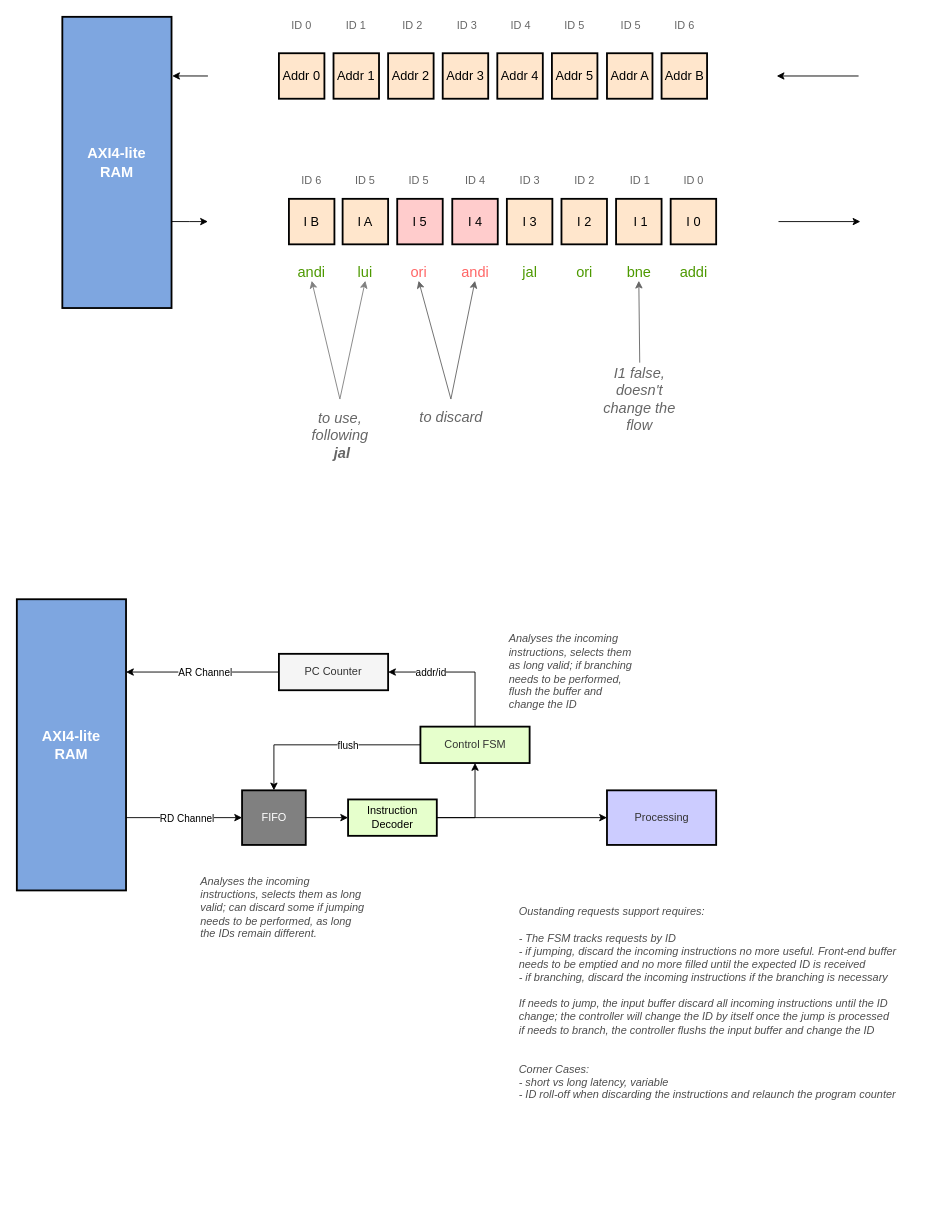
Before: page "AXI4-lite Control Unit" (6 of 6) of doc/friscv.drawio in dpretet/friscv, a draw.io diagram. Source tidied: cells renumbered, new cells numbered last; positions are measured from the earlier drawing's top-left corner, leaving out a move shared by most shapes. Both pictures are drawn from the tidied source at 91%, with x=0, y=0 at pixel (16, 16).
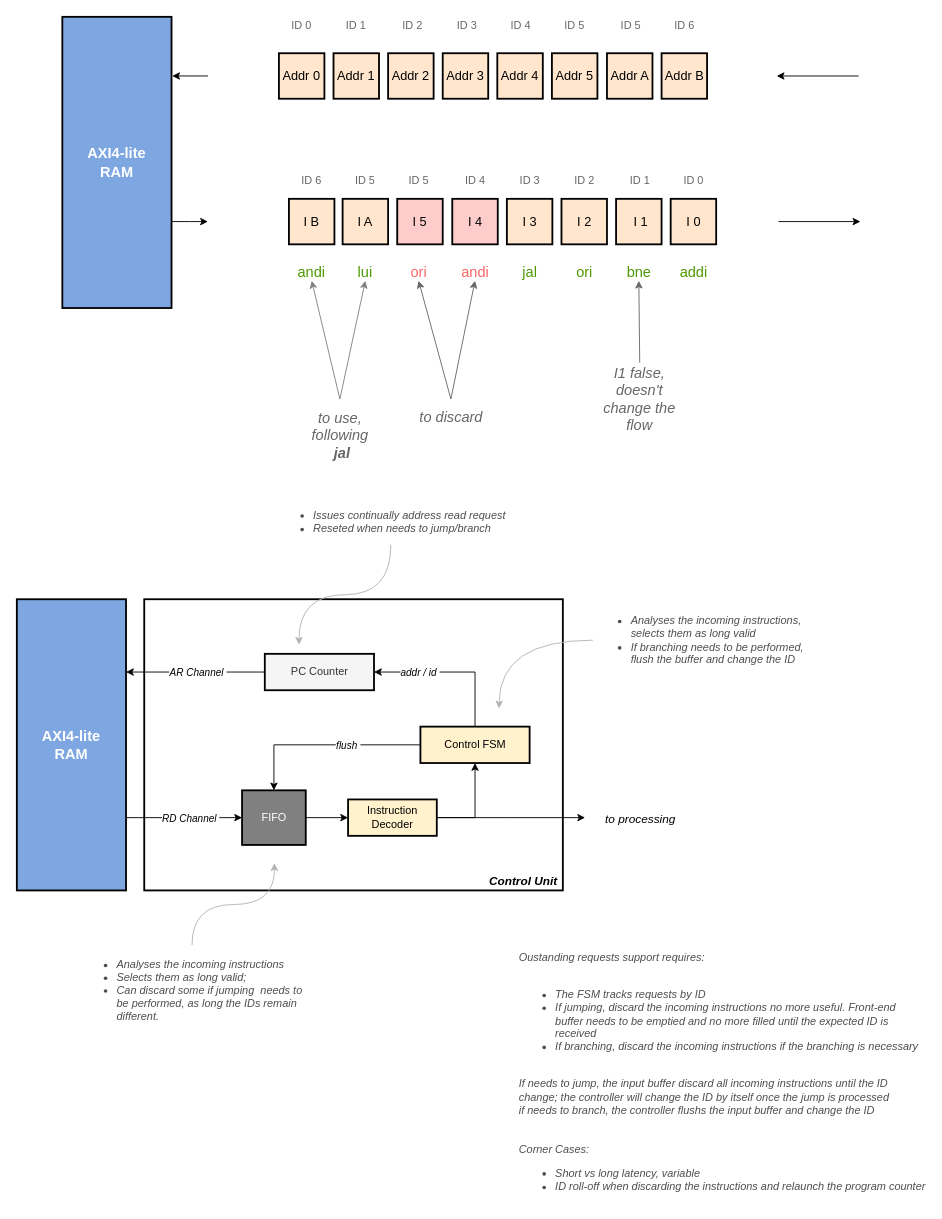
The same page after the edit.

Commit message (it also covers changes not shown here):
New: Fully support AXI4-lite in controller. ASM testsuite passes successfully

Unchanged cells that the change refers to:
```xml
<mxCell id="31" style="edgeStyle=none;rounded=0;jettySize=auto;html=1;exitX=0;exitY=0.5;exitDx=0;exitDy=0;entryX=1;entryY=0.25;entryDx=0;entryDy=0;" parent="1" edge="1" source="33" target="34">
  <mxGeometry relative="1" as="geometry" />
</mxCell>
<mxCell id="35" style="edgeStyle=orthogonalEdgeStyle;rounded=0;jettySize=auto;html=1;exitX=0.5;exitY=0;exitDx=0;exitDy=0;entryX=1;entryY=0.5;entryDx=0;entryDy=0;" parent="1" edge="1" source="39" target="33">
  <mxGeometry relative="1" as="geometry" />
</mxCell>
<mxCell id="37" style="edgeStyle=orthogonalEdgeStyle;rounded=0;jettySize=auto;html=1;exitX=0;exitY=0.5;exitDx=0;exitDy=0;entryX=0.5;entryY=0;entryDx=0;entryDy=0;fontSize=11;fontColor=#FF6666;" parent="1" edge="1" source="39" target="43">
  <mxGeometry relative="1" as="geometry" />
</mxCell>
<mxCell id="41" style="edgeStyle=orthogonalEdgeStyle;rounded=0;jettySize=auto;html=1;exitX=1;exitY=0.75;exitDx=0;exitDy=0;entryX=0;entryY=0.5;entryDx=0;entryDy=0;fontColor=#666666;" parent="1" edge="1" source="34" target="43">
  <mxGeometry relative="1" as="geometry" />
</mxCell>
```

What changed in the source:
```diff
@@
+    <mxCell id="75" value="Control Unit&amp;nbsp;" style="rounded=0;whiteSpace=wrap;html=1;fontSize=13;strokeWidth=2;align=right;verticalAlign=bottom;fontStyle=3;" parent="1" vertex="1">
+      <mxGeometry x="140" y="640" width="460" height="320" as="geometry" />
+    </mxCell>
@@
-    <mxCell id="32" value="AR Channel" style="edgeLabel;html=1;align=center;verticalAlign=middle;fontSize=11;fontColor=#000000;" parent="31" vertex="1">
+    <mxCell id="32" value="AR Channel&amp;nbsp;" style="edgeLabel;html=1;align=center;verticalAlign=middle;fontSize=11;fontColor=#000000;fontStyle=2;" parent="31" vertex="1">
       <mxGeometry x="0.04" y="2" relative="1" as="geometry">
         <mxPoint x="5" y="-2" as="offset" />
       </mxGeometry>
     </mxCell>
     <mxCell id="33" value="PC Counter" style="rounded=0;whiteSpace=wrap;html=1;fillColor=#f5f5f5;fontColor=#333333;strokeWidth=2;" parent="1" vertex="1">
-      <mxGeometry x="288" y="700" width="120" height="40" as="geometry" />
+      <mxGeometry x="272.5" y="700" width="120" height="40" as="geometry" />
     </mxCell>
@@
-    <mxCell id="36" value="addr/id" style="edgeLabel;html=1;align=center;verticalAlign=middle;fontSize=11;fontColor=#000000;" parent="35" vertex="1">
+    <mxCell id="36" value="addr / id&amp;nbsp;" style="edgeLabel;html=1;align=center;verticalAlign=middle;fontSize=11;fontColor=#000000;fontStyle=2;" parent="35" vertex="1">
       <mxGeometry x="0.47" y="-2" relative="1" as="geometry">
         <mxPoint x="5" y="2" as="offset" />
       </mxGeometry>
     </mxCell>
@@
-    <mxCell id="38" value="flush" style="edgeLabel;html=1;align=center;verticalAlign=middle;fontSize=11;fontColor=#000000;" parent="37" vertex="1">
+    <mxCell id="38" value="flush&amp;nbsp;" style="edgeLabel;html=1;align=center;verticalAlign=middle;fontSize=11;fontColor=#000000;fontStyle=2;" parent="37" vertex="1">
       <mxGeometry x="-0.23" y="-2" relative="1" as="geometry">
         <mxPoint x="1" y="2" as="offset" />
       </mxGeometry>
     </mxCell>
-    <mxCell id="39" value="Control FSM" style="rounded=0;whiteSpace=wrap;html=1;fontColor=#333333;strokeWidth=2;fillColor=#E6FFCC;" parent="1" vertex="1">
+    <mxCell id="39" value="Control FSM" style="rounded=0;whiteSpace=wrap;html=1;strokeWidth=2;fillColor=#fff2cc;" parent="1" vertex="1">
       <mxGeometry x="443.5" y="780" width="120" height="40" as="geometry" />
     </mxCell>
@@
-    <mxCell id="42" value="RD Channel" style="edgeLabel;html=1;align=center;verticalAlign=middle;fontSize=11;fontColor=#000000;" parent="41" vertex="1">
+    <mxCell id="42" value="RD Channel&amp;nbsp;" style="edgeLabel;html=1;align=center;verticalAlign=middle;fontSize=11;fontColor=#000000;fontStyle=2;" parent="41" vertex="1">
       <mxGeometry x="-0.21" relative="1" as="geometry">
-        <mxPoint x="16" as="offset" />
+        <mxPoint x="20" as="offset" />
       </mxGeometry>
     </mxCell>
@@
-    <mxCell id="44" style="edgeStyle=orthogonalEdgeStyle;rounded=0;jettySize=auto;html=1;exitX=1;exitY=0.5;exitDx=0;exitDy=0;fontColor=#666666;entryX=0;entryY=0.5;entryDx=0;entryDy=0;" parent="1" edge="1" source="46" target="73">
-      <mxGeometry relative="1" as="geometry" />
+    <mxCell id="44" style="edgeStyle=orthogonalEdgeStyle;rounded=0;jettySize=auto;html=1;exitX=1;exitY=0.5;exitDx=0;exitDy=0;fontColor=#666666;entryX=0;entryY=0.5;entryDx=0;entryDy=0;" parent="1" edge="1" source="46">
+      <mxGeometry relative="1" as="geometry">
+        <mxPoint x="624.5" y="880" as="targetPoint" />
+      </mxGeometry>
     </mxCell>
+    <mxCell id="76" value="to processing" style="edgeLabel;html=1;align=center;verticalAlign=middle;fontSize=13;fontColor=#000000;fontStyle=2;" parent="44" vertex="1">
+      <mxGeometry x="0.5" y="-2" relative="1" as="geometry">
+        <mxPoint x="100" y="-2" as="offset" />
+      </mxGeometry>
+    </mxCell>
@@
-    <mxCell id="46" value="Instruction&lt;br&gt;Decoder" style="rounded=0;whiteSpace=wrap;html=1;strokeWidth=2;fillColor=#E6FFCC;" parent="1" vertex="1">
+    <mxCell id="46" value="Instruction&lt;br&gt;Decoder" style="rounded=0;whiteSpace=wrap;html=1;strokeWidth=2;fillColor=#fff2cc;" parent="1" vertex="1">
       <mxGeometry x="364" y="860" width="97.5" height="40" as="geometry" />
     </mxCell>
+    <mxCell id="77" style="edgeStyle=orthogonalEdgeStyle;curved=1;rounded=0;jettySize=auto;html=1;exitX=0;exitY=0.5;exitDx=0;exitDy=0;fontSize=13;fontColor=#000000;strokeColor=#B3B3B3;" parent="1" edge="1" source="47">
+      <mxGeometry relative="1" as="geometry">
+        <mxPoint x="530" y="760" as="targetPoint" />
+      </mxGeometry>
+    </mxCell>
-    <mxCell id="47" value="Analyses the incoming instructions, selects them as long valid; if branching needs to be performed, flush the buffer and change the ID" style="text;html=1;strokeColor=none;fillColor=none;align=left;verticalAlign=middle;whiteSpace=wrap;rounded=0;fontStyle=2;fontColor=#4D4D4D;" parent="1" vertex="1">
-      <mxGeometry x="538.5" y="670" width="138" height="100" as="geometry" />
+    <mxCell id="47" value="&lt;ul&gt;&lt;li&gt;Analyses the incoming instructions, selects them as long valid&lt;/li&gt;&lt;li&gt;If branching needs to be performed, flush the buffer and change the ID&lt;/li&gt;&lt;/ul&gt;" style="text;html=1;strokeColor=none;fillColor=none;align=left;verticalAlign=middle;whiteSpace=wrap;rounded=0;fontStyle=2;fontColor=#4D4D4D;" parent="1" vertex="1">
+      <mxGeometry x="633" y="660" width="255" height="50" as="geometry" />
     </mxCell>
@@
-    <mxCell id="72" value="Oustanding requests support requires:&lt;br&gt;&lt;br&gt;- The FSM tracks requests by ID&lt;br&gt;- if jumping, discard the incoming instructions no more useful. Front-end buffer needs to be emptied and no more filled until the expected ID is received&lt;br&gt;- if branching, discard the incoming instructions if the branching is necessary&lt;br&gt;&lt;br&gt;If needs to jump, the input buffer discard all incoming instructions until the ID change; the controller will change the ID by itself once the jump is processed&lt;br&gt;if needs to branch, the controller flushs the input buffer and change the ID&lt;br&gt;&lt;br&gt;&lt;br&gt;Corner Cases:&lt;br&gt;- short vs long latency, variable&lt;br&gt;- ID roll-off when discarding the instructions and relaunch the program counter" style="text;html=1;strokeColor=none;fillColor=none;align=left;verticalAlign=top;whiteSpace=wrap;rounded=0;fontStyle=2;fontColor=#4D4D4D;" parent="1" vertex="1">
-      <mxGeometry x="550" y="970" width="450" height="270" as="geometry" />
+    <mxCell id="72" value="Oustanding requests support requires:&lt;br&gt;&lt;br&gt;&lt;ul&gt;&lt;li&gt;The FSM tracks requests by ID&lt;/li&gt;&lt;li&gt;If jumping, discard the incoming instructions no more useful. Front-end buffer needs to be emptied and no more filled until the expected ID is received&lt;/li&gt;&lt;li&gt;If branching, discard the incoming instructions if the branching is necessary&lt;/li&gt;&lt;/ul&gt;&lt;br&gt;If needs to jump, the input buffer discard all incoming instructions until the ID change; the controller will change the ID by itself once the jump is processed&lt;br&gt;if needs to branch, the controller flushs the input buffer and change the ID&lt;br&gt;&lt;br&gt;&lt;br&gt;Corner Cases:&lt;br&gt;&lt;ul&gt;&lt;li&gt;Short vs long latency, variable&lt;/li&gt;&lt;li&gt;ID roll-off when discarding the instructions and relaunch the program counter&lt;/li&gt;&lt;/ul&gt;" style="text;html=1;strokeColor=none;fillColor=none;align=left;verticalAlign=top;whiteSpace=wrap;rounded=0;fontStyle=2;fontColor=#4D4D4D;" parent="1" vertex="1">
+      <mxGeometry x="550" y="1020" width="450" height="270" as="geometry" />
     </mxCell>
-    <mxCell id="73" value="Processing" style="rounded=0;whiteSpace=wrap;html=1;fontColor=#333333;strokeWidth=2;fillColor=#CCCCFF;" parent="1" vertex="1">
-      <mxGeometry x="648.5" y="850" width="120" height="60" as="geometry" />
-    </mxCell>
+    <mxCell id="78" style="edgeStyle=orthogonalEdgeStyle;curved=1;rounded=0;jettySize=auto;html=1;exitX=0.5;exitY=0;exitDx=0;exitDy=0;fontSize=13;fontColor=#000000;strokeColor=#B3B3B3;" parent="1" edge="1" source="74">
+      <mxGeometry relative="1" as="geometry">
+        <mxPoint x="283" y="930" as="targetPoint" />
+      </mxGeometry>
+    </mxCell>
-    <mxCell id="74" value="Analyses the incoming instructions, selects them as long valid; can discard some if jumping&amp;nbsp; needs to be performed, as long the IDs remain different." style="text;html=1;strokeColor=none;fillColor=none;align=left;verticalAlign=middle;whiteSpace=wrap;rounded=0;fontStyle=2;fontColor=#4D4D4D;" parent="1" vertex="1">
-      <mxGeometry x="200" y="929" width="187" height="100" as="geometry" />
+    <mxCell id="74" value="&lt;ul&gt;&lt;li&gt;Analyses the incoming instructions&lt;/li&gt;&lt;li&gt;Selects them as long valid;&lt;/li&gt;&lt;li&gt;Can discard some if jumping&amp;nbsp; needs to be performed, as long the IDs remain different.&lt;/li&gt;&lt;/ul&gt;" style="text;html=1;strokeColor=none;fillColor=none;align=left;verticalAlign=middle;whiteSpace=wrap;rounded=0;fontStyle=2;fontColor=#4D4D4D;" parent="1" vertex="1">
+      <mxGeometry x="67.5" y="1020" width="250" height="100" as="geometry" />
     </mxCell>
+    <mxCell id="79" style="edgeStyle=orthogonalEdgeStyle;curved=1;rounded=0;jettySize=auto;html=1;exitX=0.5;exitY=1;exitDx=0;exitDy=0;fontSize=13;fontColor=#000000;strokeColor=#B3B3B3;" parent="1" edge="1" source="80">
+      <mxGeometry relative="1" as="geometry">
+        <mxPoint x="310" y="690" as="targetPoint" />
+      </mxGeometry>
+    </mxCell>
+    <mxCell id="80" value="&lt;ul&gt;&lt;li&gt;Issues continually address read request&lt;/li&gt;&lt;li&gt;Reseted when needs to jump/branch&lt;/li&gt;&lt;/ul&gt;" style="text;html=1;strokeColor=none;fillColor=none;align=left;verticalAlign=middle;whiteSpace=wrap;rounded=0;fontStyle=2;fontColor=#4D4D4D;" parent="1" vertex="1">
+      <mxGeometry x="283.5" y="530" width="255" height="50" as="geometry" />
+    </mxCell>
```
